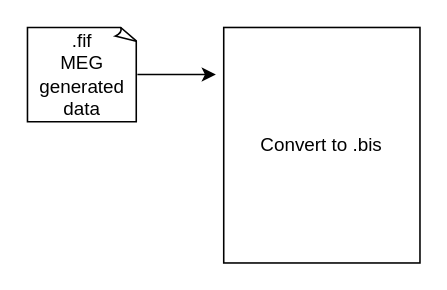
Above: docs/source/graphic/Untitled Diagram.drawio in hzaatiti-NYU/meg-pipeline (draw.io), before the change. Source tidied: cells renumbered, new cells numbered last; positions are measured from the earlier drawing's top-left corner, leaving out a move shared by most shapes. Both pictures are drawn from the tidied source at 157%, with x=0, y=0 at pixel (27, 27).
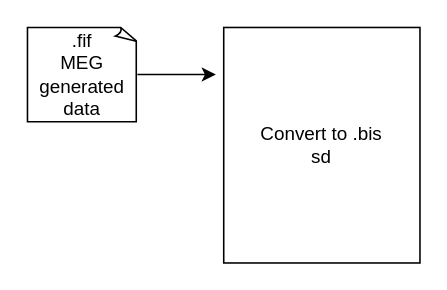
The same page after the edit.

Diff of the diagram source:
```diff
@@
 <mxGraphModel>
   <root>
     <mxCell id="0" />
     <mxCell id="1" parent="0" />
     <mxCell id="2" style="edgeStyle=orthogonalEdgeStyle;rounded=0;jettySize=auto;html=1;" parent="1" edge="1" source="3">
       <mxGeometry relative="1" as="geometry">
         <mxPoint x="120" y="30" as="targetPoint" />
       </mxGeometry>
     </mxCell>
     <mxCell id="3" value=".fif&lt;br&gt;MEG generated data" style="whiteSpace=wrap;html=1;shape=mxgraph.basic.document;" parent="1" vertex="1">
       <mxGeometry width="70" height="60" as="geometry" />
     </mxCell>
-    <mxCell id="4" value="Convert to .bis" style="whiteSpace=wrap;html=1;" parent="1" vertex="1">
+    <mxCell id="4" value="Convert to .bis&lt;br&gt;sd" style="whiteSpace=wrap;html=1;" parent="1" vertex="1">
       <mxGeometry x="125" width="125" height="150" as="geometry" />
     </mxCell>
   </root>
 </mxGraphModel>
```
